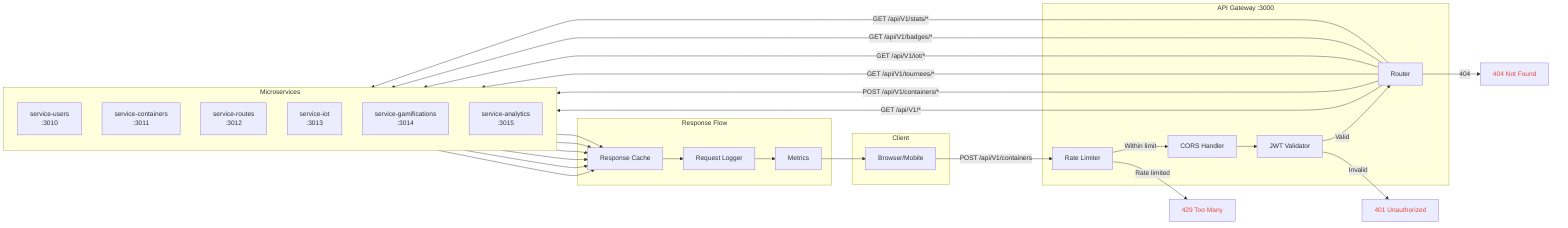
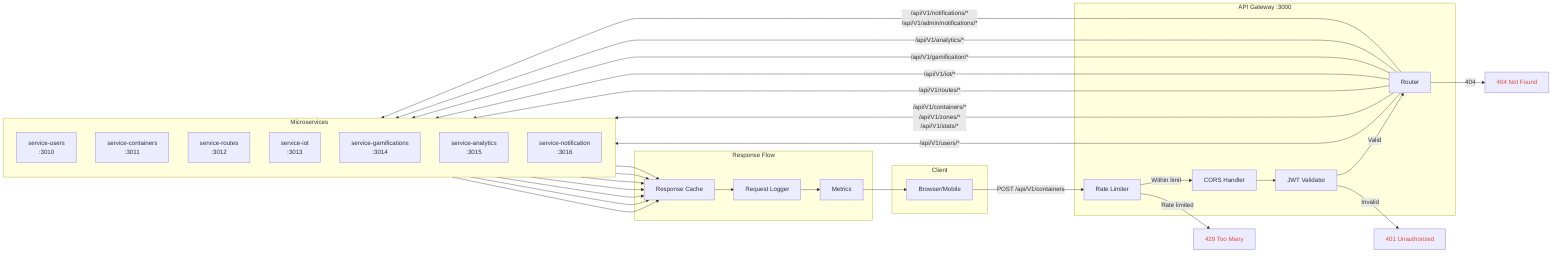
flowchart LR
    subgraph Client["Client"]
        Browser[Browser/Mobile]
    end

    subgraph Gateway["API Gateway :3000"]
        Rate[Rate Limiter]
        CORS[CORS Handler]
        JWT[JWT Validator]
        Router[Router]
    end

    subgraph Services["Microservices"]
        direction TB
        S1[service-users<br/>:3010]
        S2[service-containers<br/>:3011]
        S3[service-routes<br/>:3012]
        S4[service-iot<br/>:3013]
        S5[service-gamifications<br/>:3014]
        S6[service-analytics<br/>:3015]
+         S7[service-notification<br/>:3016]
    end

    subgraph Response["Response Flow"]
        Log[Request Logger]
        Metric[Metrics]
        Cache[Response Cache]
    end

    Browser -->|"POST /api/V1/containers"| Rate
    Rate -->|"Within limit"| CORS
    Rate -->|"Rate limited"| RateLim[429 Too Many]

    CORS --> JWT
    JWT -->|"Valid"| Router
    JWT -->|"Invalid"| JWTRej[401 Unauthorized]

-     Router -->|"GET /api/V1/*"| S1
-     Router -->|"POST /api/V1/containers/*"| S2
-     Router -->|"GET /api/V1/tournees/*"| S3
-     Router -->|"GET /api/V1/iot/*"| S4
-     Router -->|"GET /api/V1/badges/*"| S5
-     Router -->|"GET /api/V1/stats/*"| S6
+     Router -->|"/api/V1/users/*"| S1
+     Router -->|"/api/V1/containers/*<br/>/api/V1/zones/*<br/>/api/V1/stats/*"| S2
+     Router -->|"/api/V1/routes/*"| S3
+     Router -->|"/api/V1/iot/*"| S4
+     Router -->|"/api/V1/gamification/*"| S5
+     Router -->|"/api/V1/analytics/*"| S6
+     Router -->|"/api/V1/notifications/*<br/>/api/V1/admin/notifications/*"| S7
    Router -->|"404"| NotFound[404 Not Found]

    S1 --> Cache
    S2 --> Cache
    S3 --> Cache
    S4 --> Cache
    S5 --> Cache
    S6 --> Cache
+     S7 --> Cache

    Cache --> Log --> Metric --> Browser

    style RateLim color:#e74c3c
    style JWTRej color:#e74c3c
    style NotFound color:#e74c3c
    %% API Routes Mapping
    %% Path | Service | Permission
-     %% /api/V1/auth/* | service-users | None
+     %% /api/V1/users/* | service-users | RBAC
    %% /api/V1/containers/* | service-containers | RBAC
    %% /api/V1/zones/* | service-containers | RBAC
-     %% /api/V1/tournees/* | service-routes | RBAC
+     %% /api/V1/routes/* | service-routes | RBAC
    %% /api/V1/iot/* | service-iot | RBAC
-     %% /api/V1/badges/* | service-gamifications | RBAC
-     %% /api/V1/defis/* | service-gamifications | RBAC
-     %% /api/V1/stats/* | service-analytics | RBAC
-     %% /api/V1/dashboard/* | service-analytics | RBAC
+     %% /api/V1/gamification/* | service-gamifications | RBAC
+     %% /api/V1/analytics/* | service-analytics | RBAC
+     %% /api/V1/notifications/* | service-notification | RBAC
+     %% /api/V1/admin/notifications/* | service-notification | ADMIN/GESTIONNAIRE

    %% Rate Limiting
    %% Endpoint | Limit
-     %% /api/V1/auth/* | 10/min
+     %% /api/V1/users/auth/* | 10/min
    %% /api/V1/* | 100/min
-     %% /api/V1/measurements | 1000/min+     %% /api/V1/iot/* | 1000/min
